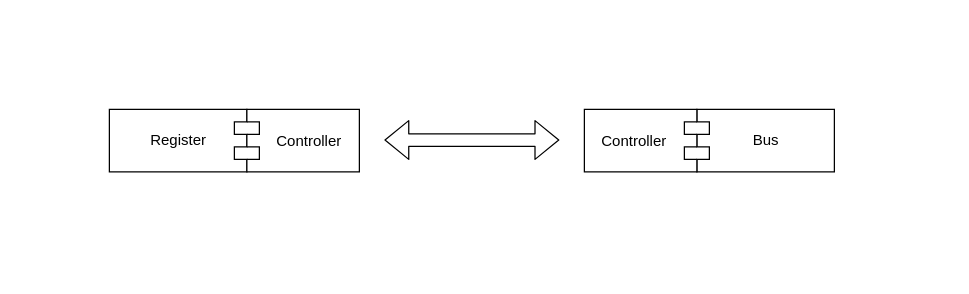
This is page "Data-Flow (General)" (1 of 3) of doc/6502-Diagram.drawio from poundflag/MOS-6502-Emulator-Base, a draw.io file, before an edit. Source tidied: cells renumbered, new cells numbered last; positions are measured from the earlier drawing's top-left corner, leaving out a move shared by most shapes. Both pictures are drawn from the tidied source at 125%, with x=0, y=0 at pixel (109, 109).
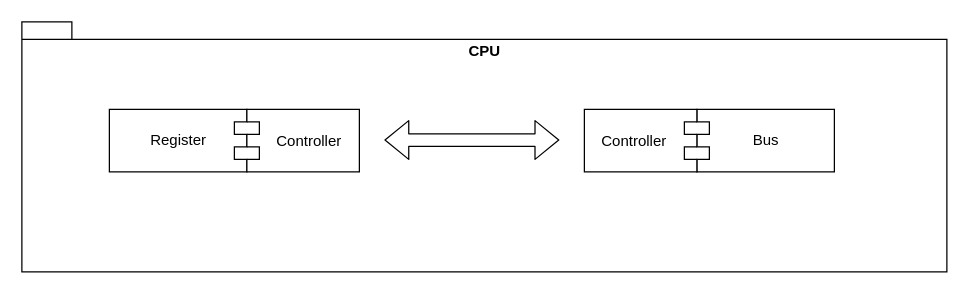
After the change.

Change to the diagram source:
```diff
@@
 <mxGraphModel>
   <root>
     <mxCell id="0" />
     <mxCell id="1" parent="0" />
+    <mxCell id="7" value="CPU" style="shape=folder;fontStyle=1;spacingTop=10;tabWidth=40;tabHeight=14;tabPosition=left;html=1;align=center;verticalAlign=top;" parent="1" vertex="1">
+      <mxGeometry x="-70" y="-70" width="740" height="200" as="geometry" />
+    </mxCell>
     <mxCell id="2" value="Register" style="html=1;" parent="1" vertex="1">
       <mxGeometry width="110" height="50" as="geometry" />
     </mxCell>
     <mxCell id="3" value="Bus" style="html=1;" parent="1" vertex="1">
       <mxGeometry x="470" width="110" height="50" as="geometry" />
     </mxCell>
     <mxCell id="4" style="shape=flexArrow;endArrow=classic;startArrow=classic;html=1;" parent="1" edge="1">
       <mxGeometry relative="1" as="geometry">
         <mxPoint x="220" y="24.5" as="sourcePoint" />
         <mxPoint x="360" y="24.5" as="targetPoint" />
       </mxGeometry>
     </mxCell>
     <mxCell id="5" value="Controller" style="shape=module;align=left;spacingLeft=20;align=center;verticalAlign=middle;" parent="1" vertex="1">
       <mxGeometry x="100" width="100" height="50" as="geometry" />
     </mxCell>
     <mxCell id="6" value="Controller" style="shape=module;align=left;spacingLeft=-20;align=center;verticalAlign=middle;rotation=0;flipH=1;" parent="1" vertex="1">
       <mxGeometry x="380" width="100" height="50" as="geometry" />
     </mxCell>
   </root>
 </mxGraphModel>
```
